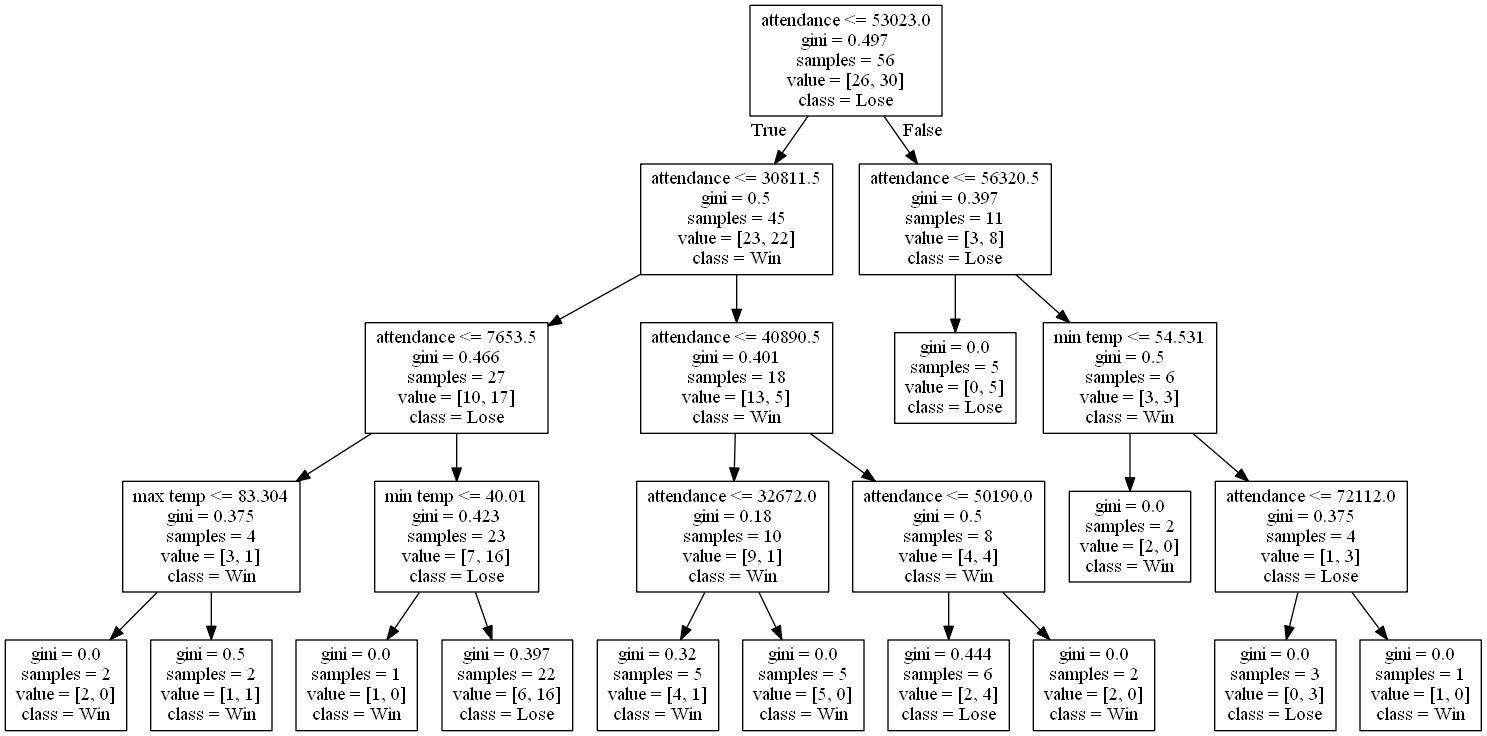
The Graphviz diagram DecisionTrees/decision_tree_no_score2.png in alexana-steck/CSE482Project, before a commit. Its source is kept beside it as DecisionTrees/decision_tree_no_score2.dot.
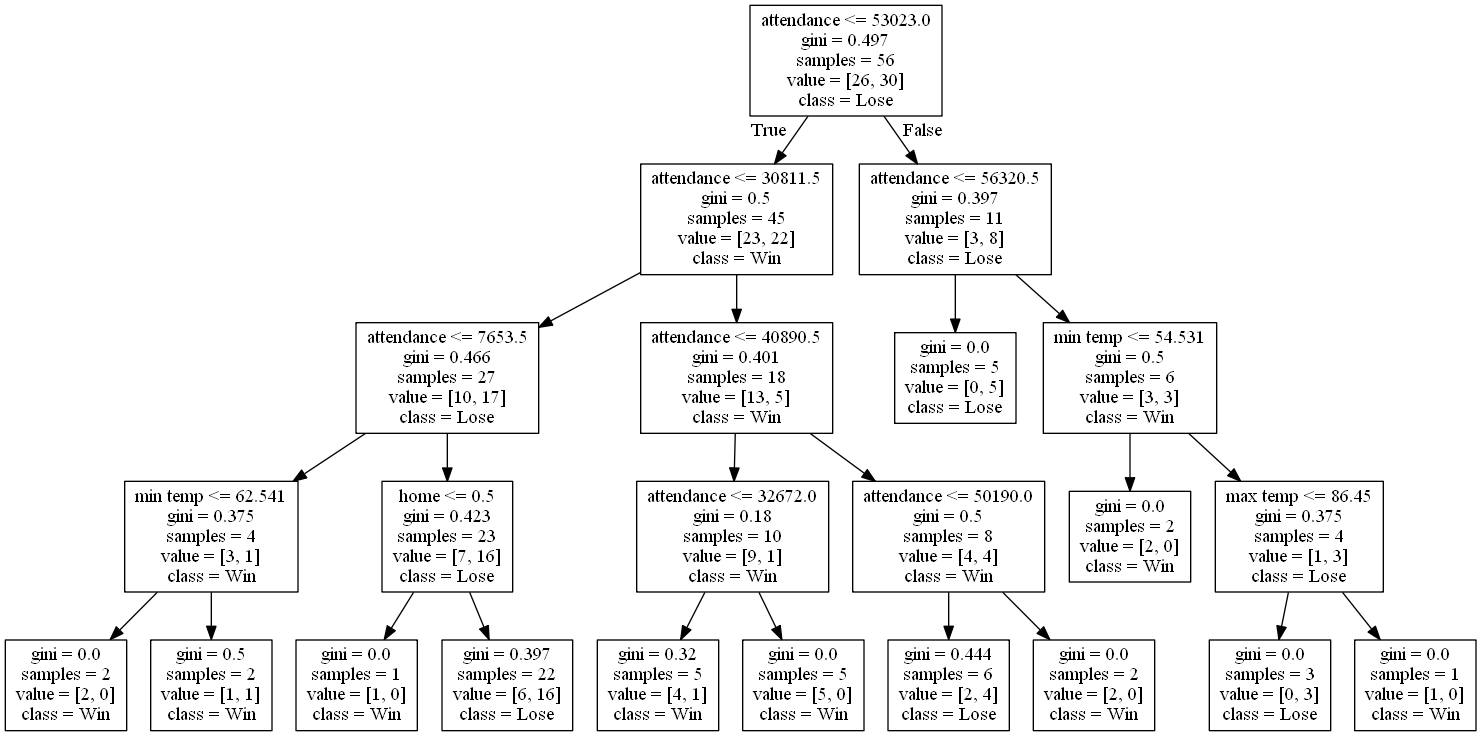
Later version of the same file.

The edit, as a diff of the source:
```diff
@@ -5,13 +5,13 @@
 0 -> 1 [labeldistance=2.5, labelangle=45, headlabel="True"] ;
 2 [label="attendance <= 7653.5\ngini = 0.466\nsamples = 27\nvalue = [10, 17]\nclass = Lose"] ;
 1 -> 2 ;
-3 [label="max temp <= 83.304\ngini = 0.375\nsamples = 4\nvalue = [3, 1]\nclass = Win"] ;
+3 [label="min temp <= 62.541\ngini = 0.375\nsamples = 4\nvalue = [3, 1]\nclass = Win"] ;
 2 -> 3 ;
 4 [label="gini = 0.0\nsamples = 2\nvalue = [2, 0]\nclass = Win"] ;
 3 -> 4 ;
 5 [label="gini = 0.5\nsamples = 2\nvalue = [1, 1]\nclass = Win"] ;
 3 -> 5 ;
-6 [label="min temp <= 40.01\ngini = 0.423\nsamples = 23\nvalue = [7, 16]\nclass = Lose"] ;
+6 [label="home <= 0.5\ngini = 0.423\nsamples = 23\nvalue = [7, 16]\nclass = Lose"] ;
 2 -> 6 ;
 7 [label="gini = 0.0\nsamples = 1\nvalue = [1, 0]\nclass = Win"] ;
 6 -> 7 ;
@@ -39,7 +39,7 @@
 16 -> 18 ;
 19 [label="gini = 0.0\nsamples = 2\nvalue = [2, 0]\nclass = Win"] ;
 18 -> 19 ;
-20 [label="attendance <= 72112.0\ngini = 0.375\nsamples = 4\nvalue = [1, 3]\nclass = Lose"] ;
+20 [label="max temp <= 86.45\ngini = 0.375\nsamples = 4\nvalue = [1, 3]\nclass = Lose"] ;
 18 -> 20 ;
 21 [label="gini = 0.0\nsamples = 3\nvalue = [0, 3]\nclass = Lose"] ;
 20 -> 21 ;
```
